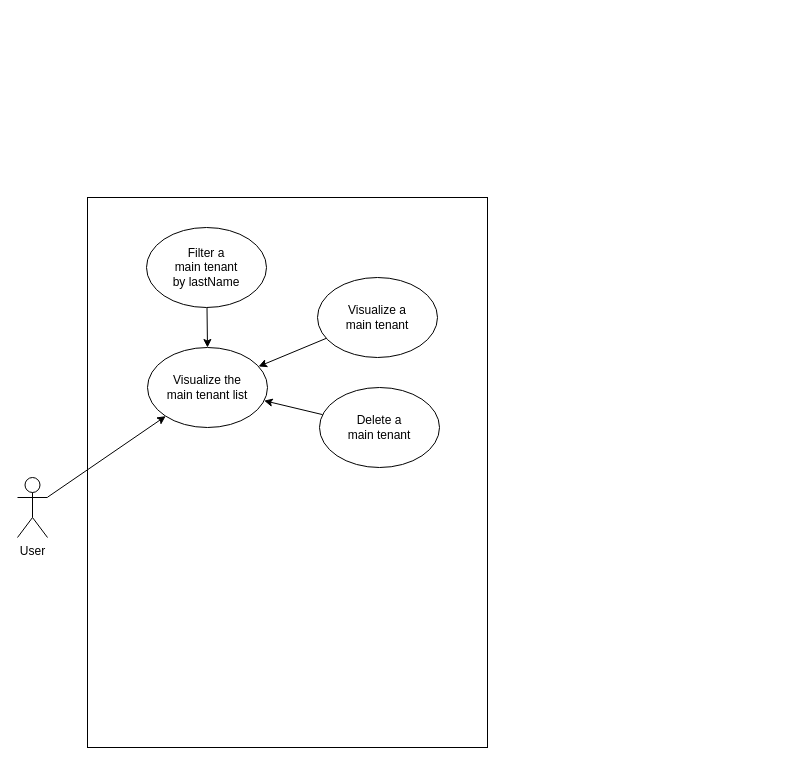
Before: conception/use case Diagram.drawio in chrystlll/rentalProject_back, a draw.io diagram. Source tidied: cells renumbered, new cells numbered last; positions are measured from the earlier drawing's top-left corner, leaving out a move shared by most shapes. Both pictures are drawn from the tidied source at 100%, with x=0, y=0 at pixel (17, 197).
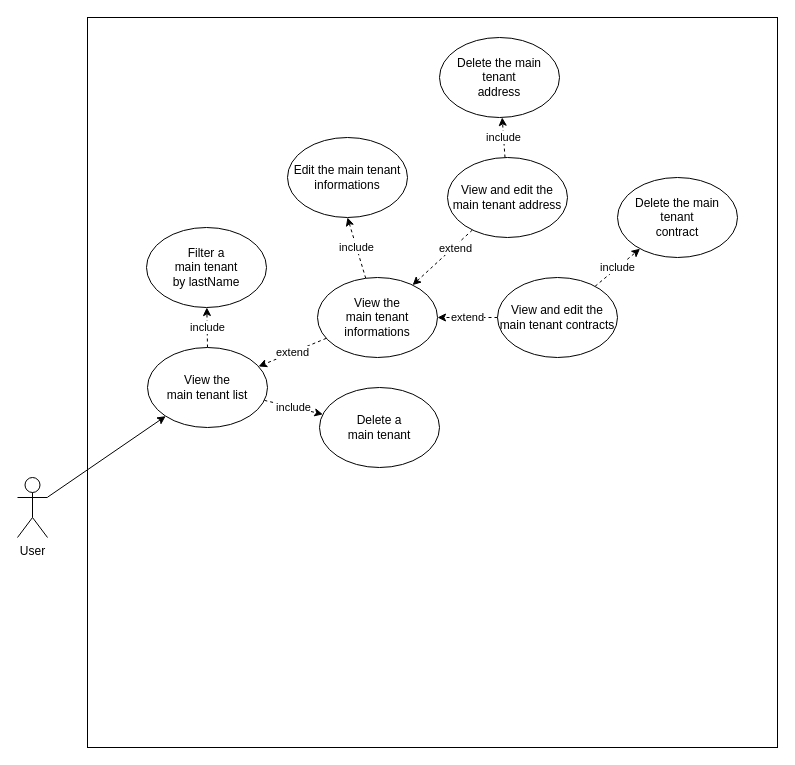
The same diagram, later.

The change refers to these unchanged cells:
```xml
<mxCell id="9" value="&lt;div&gt;Delete a&lt;br&gt;&lt;/div&gt;&lt;div&gt;main tenant &lt;br&gt;&lt;/div&gt;" style="ellipse;whiteSpace=wrap;html=1;" parent="1" vertex="1">
  <mxGeometry x="302" y="190" width="120" height="80" as="geometry" />
</mxCell>
<mxCell id="11" value="&lt;div&gt;Filter a&lt;br&gt;&lt;/div&gt;&lt;div&gt;main tenant&lt;/div&gt;&lt;div&gt;by lastName &lt;br&gt;&lt;/div&gt;" style="ellipse;whiteSpace=wrap;html=1;" parent="1" vertex="1">
  <mxGeometry x="129" y="30" width="120" height="80" as="geometry" />
</mxCell>
```

Diff of the diagram source:
```diff
@@
     <mxCell id="2" style="rounded=0;whiteSpace=wrap;html=1;" parent="1" vertex="1">
-      <mxGeometry x="70" width="400" height="550" as="geometry" />
+      <mxGeometry x="70" y="-180" width="690" height="730" as="geometry" />
     </mxCell>
@@
+    <mxCell id="12" value="include" style="edgeStyle=none;rounded=0;jettySize=auto;html=1;dashed=1;" parent="1" edge="1" source="5" target="11">
+      <mxGeometry relative="1" as="geometry" />
+    </mxCell>
+    <mxCell id="13" value="include" style="edgeStyle=none;rounded=0;jettySize=auto;html=1;dashed=1;" parent="1" edge="1" source="5" target="9">
+      <mxGeometry relative="1" as="geometry" />
+    </mxCell>
-    <mxCell id="5" value="&lt;div&gt;Visualize the &lt;br&gt;&lt;/div&gt;&lt;div&gt;main tenant list&lt;br&gt;&lt;/div&gt;" style="ellipse;whiteSpace=wrap;html=1;" parent="1" vertex="1">
+    <mxCell id="5" value="&lt;div&gt;View the &lt;br&gt;&lt;/div&gt;&lt;div&gt;main tenant list&lt;br&gt;&lt;/div&gt;" style="ellipse;whiteSpace=wrap;html=1;" parent="1" vertex="1">
       <mxGeometry x="130" y="150" width="120" height="80" as="geometry" />
     </mxCell>
-    <mxCell id="6" style="edgeStyle=none;rounded=0;jettySize=auto;html=1;" parent="1" edge="1" source="7" target="5">
+    <mxCell id="6" value="extend" style="edgeStyle=none;rounded=0;jettySize=auto;html=1;dashed=1;" parent="1" edge="1" source="7" target="5">
       <mxGeometry relative="1" as="geometry" />
     </mxCell>
+    <mxCell id="14" value="include" style="edgeStyle=none;rounded=0;jettySize=auto;html=1;entryX=0.5;entryY=1;entryDx=0;entryDy=0;dashed=1;" parent="1" edge="1" source="7" target="22">
+      <mxGeometry relative="1" as="geometry" />
+    </mxCell>
-    <mxCell id="7" value="&lt;div&gt;Visualize a&lt;br&gt;&lt;/div&gt;&lt;div&gt;main tenant &lt;br&gt;&lt;/div&gt;" style="ellipse;whiteSpace=wrap;html=1;" parent="1" vertex="1">
+    <mxCell id="7" value="&lt;div&gt;View the&lt;br&gt;&lt;/div&gt;&lt;div&gt;main tenant&lt;/div&gt;&lt;div&gt;informations &lt;br&gt;&lt;/div&gt;" style="ellipse;whiteSpace=wrap;html=1;" parent="1" vertex="1">
       <mxGeometry x="300" y="80" width="120" height="80" as="geometry" />
     </mxCell>
-    <mxCell id="8" style="edgeStyle=none;rounded=0;jettySize=auto;html=1;" parent="1" edge="1" source="9" target="5">
-      <mxGeometry relative="1" as="geometry" />
-    </mxCell>
@@
-    <mxCell id="10" style="edgeStyle=none;rounded=0;jettySize=auto;html=1;entryX=0.5;entryY=0;entryDx=0;entryDy=0;" parent="1" edge="1" source="11" target="5">
-      <mxGeometry relative="1" as="geometry" />
-    </mxCell>
@@
+    <mxCell id="15" style="edgeStyle=none;rounded=0;jettySize=auto;html=1;dashed=1;" parent="1" edge="1" source="18" target="7">
+      <mxGeometry relative="1" as="geometry" />
+    </mxCell>
+    <mxCell id="16" value="extend" style="edgeLabel;html=1;align=center;verticalAlign=middle;" parent="15" vertex="1">
+      <mxGeometry x="-0.37" y="1" relative="1" as="geometry">
+        <mxPoint x="1" as="offset" />
+      </mxGeometry>
+    </mxCell>
+    <mxCell id="17" value="include" style="edgeStyle=none;rounded=0;jettySize=auto;html=1;dashed=1;" parent="1" edge="1" source="18" target="23">
+      <mxGeometry relative="1" as="geometry" />
+    </mxCell>
+    <mxCell id="18" value="&lt;div&gt;View and edit the main tenant address&lt;br&gt;&lt;/div&gt;" style="ellipse;whiteSpace=wrap;html=1;" parent="1" vertex="1">
+      <mxGeometry x="430" y="-40" width="120" height="80" as="geometry" />
+    </mxCell>
+    <mxCell id="19" value="extend" style="edgeStyle=none;rounded=0;jettySize=auto;html=1;entryX=1;entryY=0.5;entryDx=0;entryDy=0;dashed=1;" parent="1" edge="1" source="21" target="7">
+      <mxGeometry relative="1" as="geometry" />
+    </mxCell>
+    <mxCell id="20" value="include" style="edgeStyle=none;rounded=0;jettySize=auto;html=1;dashed=1;" parent="1" edge="1" source="21" target="24">
+      <mxGeometry relative="1" as="geometry" />
+    </mxCell>
+    <mxCell id="21" value="&lt;div&gt;View and edit the main tenant contracts&lt;br&gt;&lt;/div&gt;" style="ellipse;whiteSpace=wrap;html=1;" parent="1" vertex="1">
+      <mxGeometry x="480" y="80" width="120" height="80" as="geometry" />
+    </mxCell>
+    <mxCell id="22" value="&lt;div&gt;Edit the main tenant &lt;br&gt;&lt;/div&gt;&lt;div&gt;informations&lt;br&gt;&lt;/div&gt;" style="ellipse;whiteSpace=wrap;html=1;" parent="1" vertex="1">
+      <mxGeometry x="270" y="-60" width="120" height="80" as="geometry" />
+    </mxCell>
+    <mxCell id="23" value="&lt;div&gt;Delete the main tenant &lt;br&gt;&lt;/div&gt;&lt;div&gt;address&lt;br&gt;&lt;/div&gt;" style="ellipse;whiteSpace=wrap;html=1;" parent="1" vertex="1">
+      <mxGeometry x="422" y="-160" width="120" height="80" as="geometry" />
+    </mxCell>
+    <mxCell id="24" value="&lt;div&gt;Delete the main tenant &lt;br&gt;&lt;/div&gt;&lt;div&gt;contract&lt;br&gt;&lt;/div&gt;" style="ellipse;whiteSpace=wrap;html=1;" parent="1" vertex="1">
+      <mxGeometry x="600" y="-20" width="120" height="80" as="geometry" />
+    </mxCell>
```
